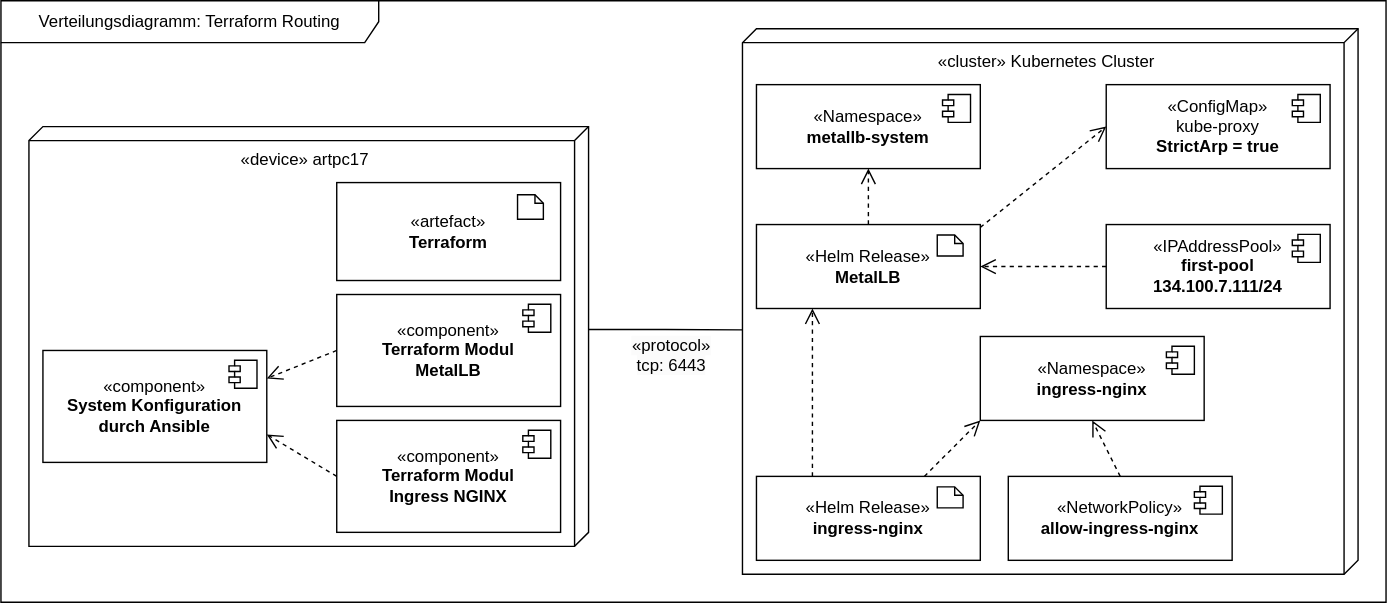
Before: uni-bsc/dd-routing.drawio.svg, a diagram exported from draw.io (pogii123/drawio-charts). Source tidied: cells renumbered, new cells last; positions are measured from the earlier drawing's top-left corner, leaving out a move shared by most shapes.
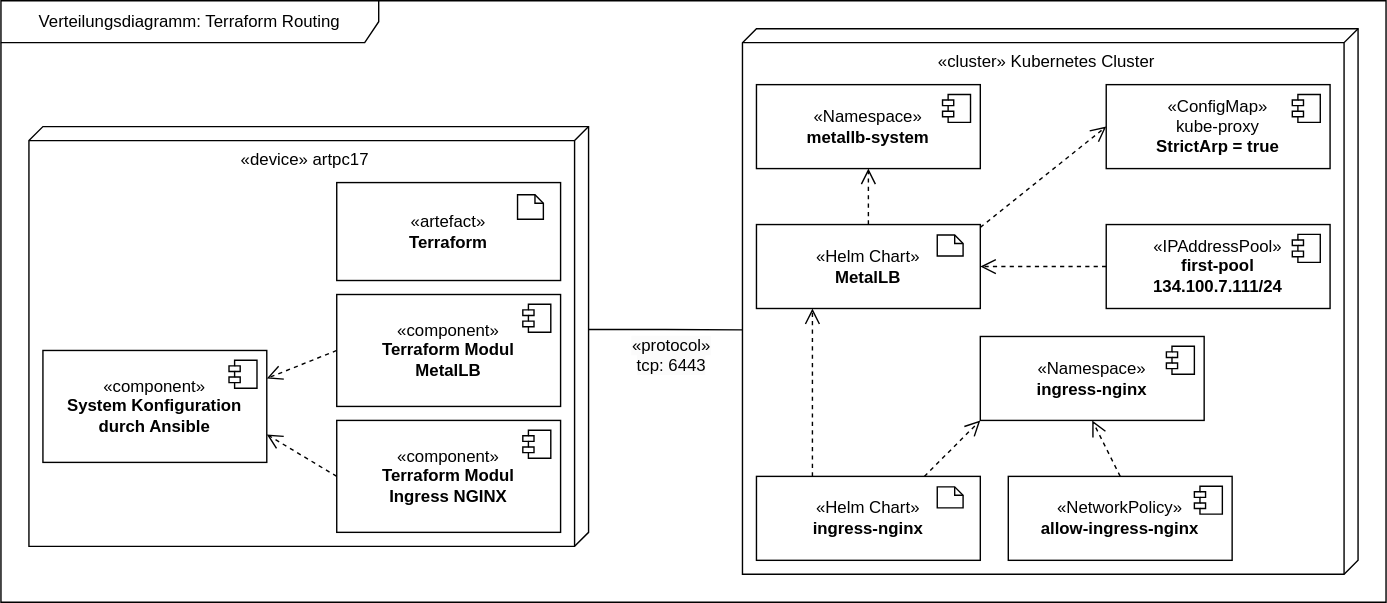
The same diagram one commit later.

What changed in the source:
```diff
@@ -74,7 +74,7 @@
     <mxCell id="21" style="group;" parent="1" vertex="1">
       <mxGeometry x="540" y="160" width="160" height="60" as="geometry" />
     </mxCell>
-    <mxCell id="22" value="«Helm Release»&lt;br&gt;&lt;b&gt;MetalLB&lt;/b&gt;" style="html=1;whiteSpace=wrap;" parent="21" vertex="1">
+    <mxCell id="22" value="«Helm Chart»&lt;br&gt;&lt;b&gt;MetalLB&lt;/b&gt;" style="html=1;whiteSpace=wrap;" parent="21" vertex="1">
       <mxGeometry width="160" height="60" as="geometry" />
     </mxCell>
     <mxCell id="23" style="shape=note2;boundedLbl=1;whiteSpace=wrap;html=1;size=6;verticalAlign=top;align=left;spacingLeft=5;" parent="21" vertex="1">
@@ -99,7 +99,7 @@
     <mxCell id="28" style="group;" parent="1" vertex="1">
       <mxGeometry x="540" y="340" width="160" height="60" as="geometry" />
     </mxCell>
-    <mxCell id="29" value="«Helm Release»&lt;br&gt;&lt;b&gt;ingress-nginx&lt;/b&gt;" style="html=1;whiteSpace=wrap;" parent="28" vertex="1">
+    <mxCell id="29" value="«Helm Chart»&lt;br&gt;&lt;b&gt;ingress-nginx&lt;/b&gt;" style="html=1;whiteSpace=wrap;" parent="28" vertex="1">
       <mxGeometry width="160" height="60" as="geometry" />
     </mxCell>
     <mxCell id="30" style="shape=note2;boundedLbl=1;whiteSpace=wrap;html=1;size=6;verticalAlign=top;align=left;spacingLeft=5;" parent="28" vertex="1">
```
